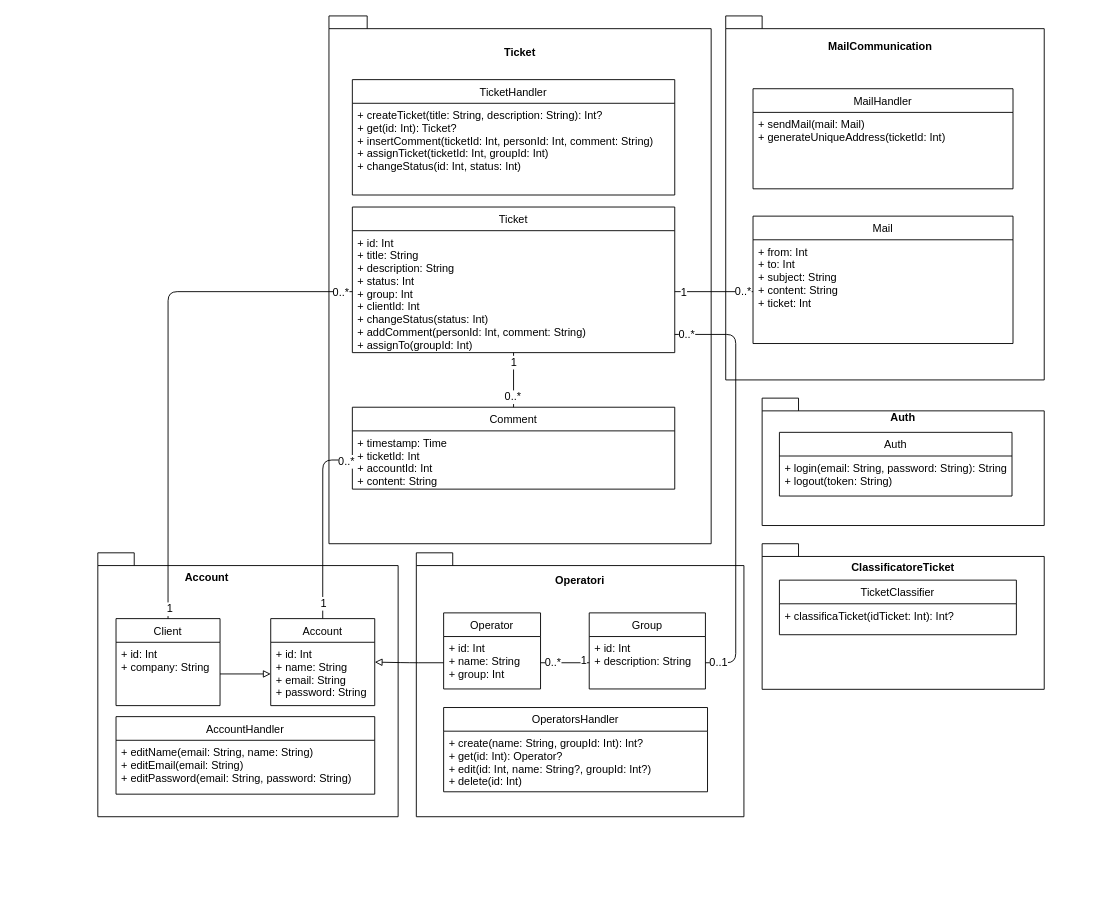
The draw.io diagram page "Class" (5 of 5) of docs/diagrammi.drawio in shxdow/aep, before the edit. Source tidied: cells renumbered, new cells numbered last; positions are measured from the earlier drawing's top-left corner, leaving out a move shared by most shapes. Both pictures are drawn from the tidied source at 91%, with x=0, y=0 at pixel (15, 15).
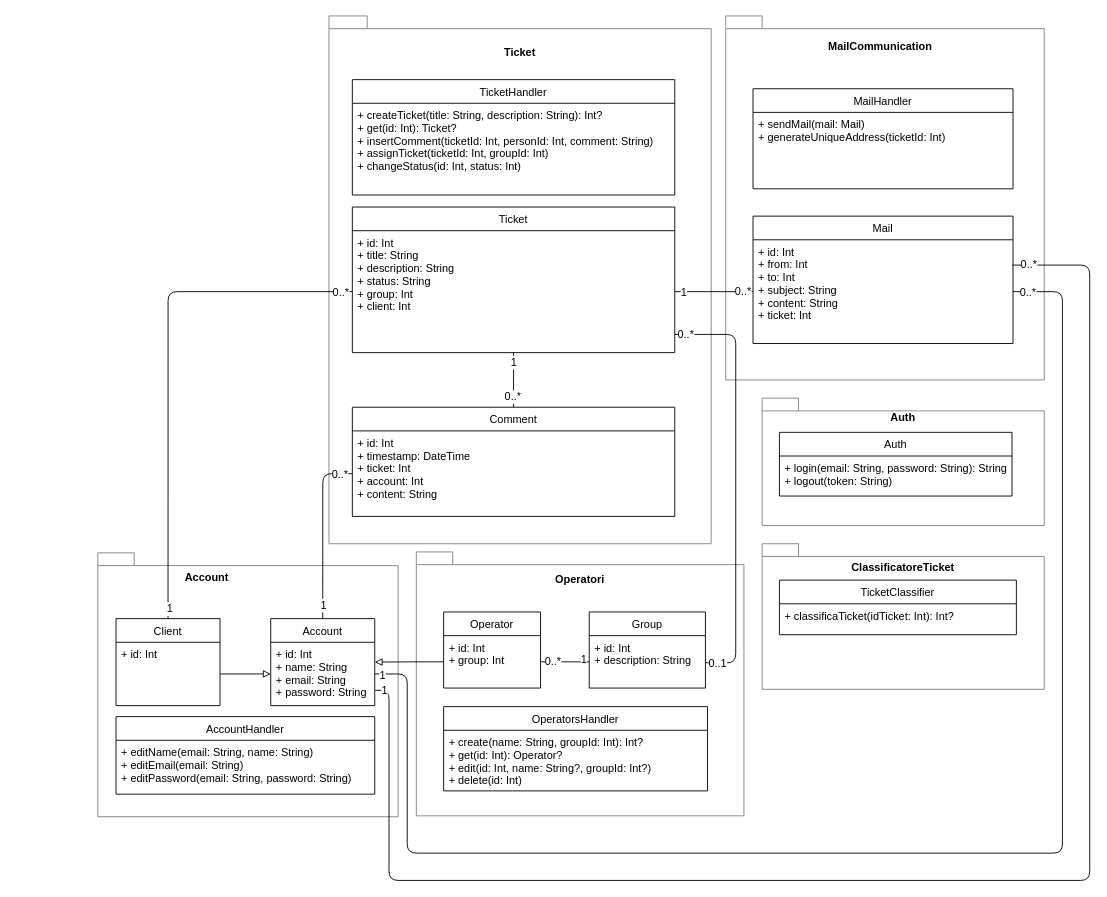
After the change.

The change refers to these unchanged cells:
```xml
<mxCell id="2" style="group;" parent="1" vertex="1">
  <mxGeometry x="820" y="580" width="310" height="160" as="geometry" />
</mxCell>
<mxCell id="7" style="group;" parent="1" vertex="1">
  <mxGeometry x="344" width="420" height="580" as="geometry" />
</mxCell>
<mxCell id="15" value="Ticket" style="swimlane;fontStyle=0;horizontal=1;startSize=26;fillColor=none;" parent="7" vertex="1">
  <mxGeometry x="25.7" y="210" width="354.3" height="160" as="geometry" />
</mxCell>
<mxCell id="19" style="group;" parent="1" vertex="1">
  <mxGeometry x="820" y="420" width="310" height="140" as="geometry" />
</mxCell>
<mxCell id="24" style="group;" parent="1" vertex="1">
  <mxGeometry x="770" width="360" height="400" as="geometry" />
</mxCell>
<mxCell id="29" value="Mail" style="swimlane;fontStyle=0;horizontal=1;startSize=26;fillColor=none;" parent="24" vertex="1">
  <mxGeometry x="40" y="220" width="285.7" height="140" as="geometry" />
</mxCell>
<mxCell id="36" value="Operator" style="swimlane;fontStyle=0;horizontal=1;startSize=26;fillColor=none;" parent="31" vertex="1">
  <mxGeometry x="30" y="66" width="106.5" height="83.6" as="geometry" />
</mxCell>
<mxCell id="43" style="group;" parent="1" vertex="1">
  <mxGeometry y="590" width="420" height="290" as="geometry" />
</mxCell>
<mxCell id="47" value="+ id: Int&#10;+ name: String&#10;+ email: String&#10;+ password: String" style="text;strokeColor=none;fillColor=none;align=left;verticalAlign=top;spacingLeft=4;spacingRight=4;overflow=hidden;points=[[0,0.5],[1,0.5]];portConstraint=eastwest;" parent="46" vertex="1">
  <mxGeometry y="26" width="114.3" height="69.6" as="geometry" />
</mxCell>
<mxCell id="48" value="Client" style="swimlane;fontStyle=0;horizontal=1;startSize=26;fillColor=none;" parent="43" vertex="1">
  <mxGeometry x="110" y="72.3" width="114.3" height="95.6" as="geometry" />
</mxCell>
<mxCell id="59" style="edgeStyle=orthogonalEdgeStyle;rounded=1;jettySize=auto;html=1;exitX=0.5;exitY=0;exitDx=0;exitDy=0;entryX=0;entryY=0.5;entryDx=0;entryDy=0;endArrow=none;endFill=0;" parent="1" edge="1" source="46" target="18">
  <mxGeometry relative="1" as="geometry" />
</mxCell>
```

Change to the diagram source:
```diff
@@
-    <mxCell id="3" value="&lt;p style=&quot;line-height: 0%&quot;&gt;&lt;br&gt;&lt;/p&gt;" style="shape=folder;fontStyle=1;spacingTop=10;tabWidth=40;tabHeight=14;tabPosition=left;html=1;align=center;" parent="2" vertex="1">
+    <mxCell id="3" value="&lt;p style=&quot;line-height: 0%&quot;&gt;&lt;br&gt;&lt;/p&gt;" style="shape=folder;fontStyle=1;spacingTop=10;tabWidth=40;tabHeight=14;tabPosition=left;html=1;align=center;strokeColor=#808080;" parent="2" vertex="1">
       <mxGeometry width="310" height="160" as="geometry" />
     </mxCell>
@@
-    <mxCell id="8" value="&lt;p style=&quot;line-height: 0%&quot;&gt;&lt;br&gt;&lt;/p&gt;" style="shape=folder;fontStyle=1;spacingTop=10;tabWidth=40;tabHeight=14;tabPosition=left;html=1;align=center;" parent="7" vertex="1">
+    <mxCell id="8" value="&lt;p style=&quot;line-height: 0%&quot;&gt;&lt;br&gt;&lt;/p&gt;" style="shape=folder;fontStyle=1;spacingTop=10;tabWidth=40;tabHeight=14;tabPosition=left;html=1;align=center;strokeColor=#808080;" parent="7" vertex="1">
       <mxGeometry width="420" height="580" as="geometry" />
     </mxCell>
@@
-    <mxCell id="16" value="+ id: Int&#10;+ title: String&#10;+ description: String&#10;+ status: Int&#10;+ group: Int&#10;+ clientId: Int&#10;+ changeStatus(status: Int)&#10;+ addComment(personId: Int, comment: String)&#10;+ assignTo(groupId: Int)" style="text;strokeColor=none;fillColor=none;align=left;verticalAlign=top;spacingLeft=4;spacingRight=4;overflow=hidden;points=[[0,0.5],[1,0.5]];portConstraint=eastwest;" parent="15" vertex="1">
+    <mxCell id="16" value="+ id: Int&#10;+ title: String&#10;+ description: String&#10;+ status: String&#10;+ group: Int&#10;+ client: Int" style="text;strokeColor=none;fillColor=none;align=left;verticalAlign=top;spacingLeft=4;spacingRight=4;overflow=hidden;points=[[0,0.5],[1,0.5]];portConstraint=eastwest;" parent="15" vertex="1">
       <mxGeometry y="26" width="354.3" height="134" as="geometry" />
     </mxCell>
     <mxCell id="17" value="Comment" style="swimlane;fontStyle=0;horizontal=1;startSize=26;fillColor=none;" parent="7" vertex="1">
-      <mxGeometry x="25.7" y="430" width="354.3" height="90" as="geometry" />
+      <mxGeometry x="25.7" y="430" width="354.3" height="120" as="geometry" />
     </mxCell>
-    <mxCell id="18" value="+ timestamp: Time&#10;+ ticketId: Int&#10;+ accountId: Int&#10;+ content: String" style="text;strokeColor=none;fillColor=none;align=left;verticalAlign=top;spacingLeft=4;spacingRight=4;overflow=hidden;points=[[0,0.5],[1,0.5]];portConstraint=eastwest;" parent="17" vertex="1">
-      <mxGeometry y="26" width="354.3" height="64" as="geometry" />
+    <mxCell id="18" value="+ id: Int&#10;+ timestamp: DateTime&#10;+ ticket: Int&#10;+ account: Int&#10;+ content: String" style="text;strokeColor=none;fillColor=none;align=left;verticalAlign=top;spacingLeft=4;spacingRight=4;overflow=hidden;points=[[0,0.5],[1,0.5]];portConstraint=eastwest;" parent="17" vertex="1">
+      <mxGeometry y="26" width="354.3" height="94" as="geometry" />
     </mxCell>
@@
-    <mxCell id="20" value="&lt;p style=&quot;line-height: 0%&quot;&gt;&lt;br&gt;&lt;/p&gt;" style="shape=folder;fontStyle=1;spacingTop=10;tabWidth=40;tabHeight=14;tabPosition=left;html=1;align=center;" parent="19" vertex="1">
+    <mxCell id="20" value="&lt;p style=&quot;line-height: 0%&quot;&gt;&lt;br&gt;&lt;/p&gt;" style="shape=folder;fontStyle=1;spacingTop=10;tabWidth=40;tabHeight=14;tabPosition=left;html=1;align=center;strokeColor=#808080;" parent="19" vertex="1">
       <mxGeometry width="310" height="140" as="geometry" />
     </mxCell>
@@
-    <mxCell id="25" value="&lt;p style=&quot;line-height: 0%&quot;&gt;&lt;br&gt;&lt;/p&gt;" style="shape=folder;fontStyle=1;spacingTop=10;tabWidth=40;tabHeight=14;tabPosition=left;html=1;align=center;" parent="24" vertex="1">
+    <mxCell id="25" value="&lt;p style=&quot;line-height: 0%&quot;&gt;&lt;br&gt;&lt;/p&gt;" style="shape=folder;fontStyle=1;spacingTop=10;tabWidth=40;tabHeight=14;tabPosition=left;html=1;align=center;strokeColor=#808080;" parent="24" vertex="1">
       <mxGeometry x="10" width="350" height="400" as="geometry" />
     </mxCell>
@@
-    <mxCell id="30" value="+ from: Int&#10;+ to: Int&#10;+ subject: String&#10;+ content: String&#10;+ ticket: Int" style="text;strokeColor=none;fillColor=none;align=left;verticalAlign=top;spacingLeft=4;spacingRight=4;overflow=hidden;points=[[0,0.5],[1,0.5]];portConstraint=eastwest;" parent="29" vertex="1">
+    <mxCell id="30" value="+ id: Int&#10;+ from: Int&#10;+ to: Int&#10;+ subject: String&#10;+ content: String&#10;+ ticket: Int" style="text;strokeColor=none;fillColor=none;align=left;verticalAlign=top;spacingLeft=4;spacingRight=4;overflow=hidden;points=[[0,0.5],[1,0.5]];portConstraint=eastwest;" parent="29" vertex="1">
       <mxGeometry y="26" width="285.7" height="114" as="geometry" />
     </mxCell>
     <mxCell id="31" style="group;" parent="1" vertex="1">
-      <mxGeometry x="440" y="590" width="360" height="360" as="geometry" />
+      <mxGeometry x="440" y="589" width="360" height="360" as="geometry" />
     </mxCell>
-    <mxCell id="32" value="&lt;p style=&quot;line-height: 0%&quot;&gt;&lt;br&gt;&lt;/p&gt;" style="shape=folder;fontStyle=1;spacingTop=10;tabWidth=40;tabHeight=14;tabPosition=left;html=1;align=center;" parent="31" vertex="1">
+    <mxCell id="32" value="&lt;p style=&quot;line-height: 0%&quot;&gt;&lt;br&gt;&lt;/p&gt;" style="shape=folder;fontStyle=1;spacingTop=10;tabWidth=40;tabHeight=14;tabPosition=left;html=1;align=center;strokeColor=#808080;" parent="31" vertex="1">
       <mxGeometry width="360" height="290" as="geometry" />
     </mxCell>
@@
-    <mxCell id="37" value="+ id: Int&#10;+ name: String&#10;+ group: Int" style="text;strokeColor=none;fillColor=none;align=left;verticalAlign=top;spacingLeft=4;spacingRight=4;overflow=hidden;points=[[0,0.5],[1,0.5]];portConstraint=eastwest;" parent="36" vertex="1">
+    <mxCell id="37" value="+ id: Int&#10;+ group: Int" style="text;strokeColor=none;fillColor=none;align=left;verticalAlign=top;spacingLeft=4;spacingRight=4;overflow=hidden;points=[[0,0.5],[1,0.5]];portConstraint=eastwest;" parent="36" vertex="1">
       <mxGeometry y="26" width="106.5" height="57.6" as="geometry" />
     </mxCell>
@@
-    <mxCell id="44" value="&lt;p style=&quot;line-height: 0%&quot;&gt;&lt;br&gt;&lt;/p&gt;" style="shape=folder;fontStyle=1;spacingTop=10;tabWidth=40;tabHeight=14;tabPosition=left;html=1;align=center;" parent="43" vertex="1">
+    <mxCell id="44" value="&lt;p style=&quot;line-height: 0%&quot;&gt;&lt;br&gt;&lt;/p&gt;" style="shape=folder;fontStyle=1;spacingTop=10;tabWidth=40;tabHeight=14;tabPosition=left;html=1;align=center;strokeColor=#808080;" parent="43" vertex="1">
       <mxGeometry x="90" width="330" height="290" as="geometry" />
     </mxCell>
@@
-    <mxCell id="49" value="+ id: Int&#10;+ company: String" style="text;strokeColor=none;fillColor=none;align=left;verticalAlign=top;spacingLeft=4;spacingRight=4;overflow=hidden;points=[[0,0.5],[1,0.5]];portConstraint=eastwest;" parent="48" vertex="1">
+    <mxCell id="49" value="+ id: Int" style="text;strokeColor=none;fillColor=none;align=left;verticalAlign=top;spacingLeft=4;spacingRight=4;overflow=hidden;points=[[0,0.5],[1,0.5]];portConstraint=eastwest;" parent="48" vertex="1">
       <mxGeometry y="26" width="114.3" height="69.6" as="geometry" />
     </mxCell>
@@
     <mxCell id="60" value="0..*" style="text;html=1;align=center;verticalAlign=middle;labelBackgroundColor=#ffffff;" parent="59" vertex="1">
-      <mxGeometry x="0.93" y="-1" relative="1" as="geometry" />
+      <mxGeometry x="0.93" y="-1" relative="1" as="geometry">
+        <mxPoint x="-7" y="-1" as="offset" />
+      </mxGeometry>
     </mxCell>
@@
+    <mxCell id="66" style="edgeStyle=orthogonalEdgeStyle;rounded=1;jettySize=auto;html=1;exitX=1;exitY=0.5;exitDx=0;exitDy=0;entryX=1;entryY=0.5;entryDx=0;entryDy=0;endArrow=none;endFill=0;" parent="1" edge="1" source="30" target="47">
+      <mxGeometry relative="1" as="geometry">
+        <Array as="points">
+          <mxPoint x="1150" y="303" />
+          <mxPoint x="1150" y="920" />
+          <mxPoint x="430" y="920" />
+          <mxPoint x="430" y="723" />
+        </Array>
+      </mxGeometry>
+    </mxCell>
+    <mxCell id="67" value="0..*" style="text;html=1;align=center;verticalAlign=middle;labelBackgroundColor=#ffffff;" parent="66" vertex="1">
+      <mxGeometry x="-0.98" y="-1" relative="1" as="geometry">
+        <mxPoint y="-1" as="offset" />
+      </mxGeometry>
+    </mxCell>
+    <mxCell id="68" value="1" style="text;html=1;align=center;verticalAlign=middle;labelBackgroundColor=#ffffff;" parent="66" vertex="1">
+      <mxGeometry x="0.99" y="1" relative="1" as="geometry" />
+    </mxCell>
+    <mxCell id="69" style="edgeStyle=orthogonalEdgeStyle;rounded=1;jettySize=auto;html=1;exitX=0.997;exitY=0.244;exitDx=0;exitDy=0;endArrow=none;endFill=0;entryX=1.004;entryY=0.759;entryDx=0;entryDy=0;entryPerimeter=0;exitPerimeter=0;" parent="1" edge="1" source="30" target="47">
+      <mxGeometry relative="1" as="geometry">
+        <Array as="points">
+          <mxPoint x="1180" y="274" />
+          <mxPoint x="1180" y="950" />
+          <mxPoint x="410" y="950" />
+          <mxPoint x="410" y="741" />
+        </Array>
+      </mxGeometry>
+    </mxCell>
+    <mxCell id="70" value="0..*" style="text;html=1;align=center;verticalAlign=middle;labelBackgroundColor=#ffffff;" parent="69" vertex="1">
+      <mxGeometry x="-0.98" y="1" relative="1" as="geometry" />
+    </mxCell>
+    <mxCell id="71" value="1" style="text;html=1;align=center;verticalAlign=middle;labelBackgroundColor=#ffffff;" parent="69" vertex="1">
+      <mxGeometry x="0.99" y="1" relative="1" as="geometry">
+        <mxPoint x="1" y="-1" as="offset" />
+      </mxGeometry>
+    </mxCell>
```
